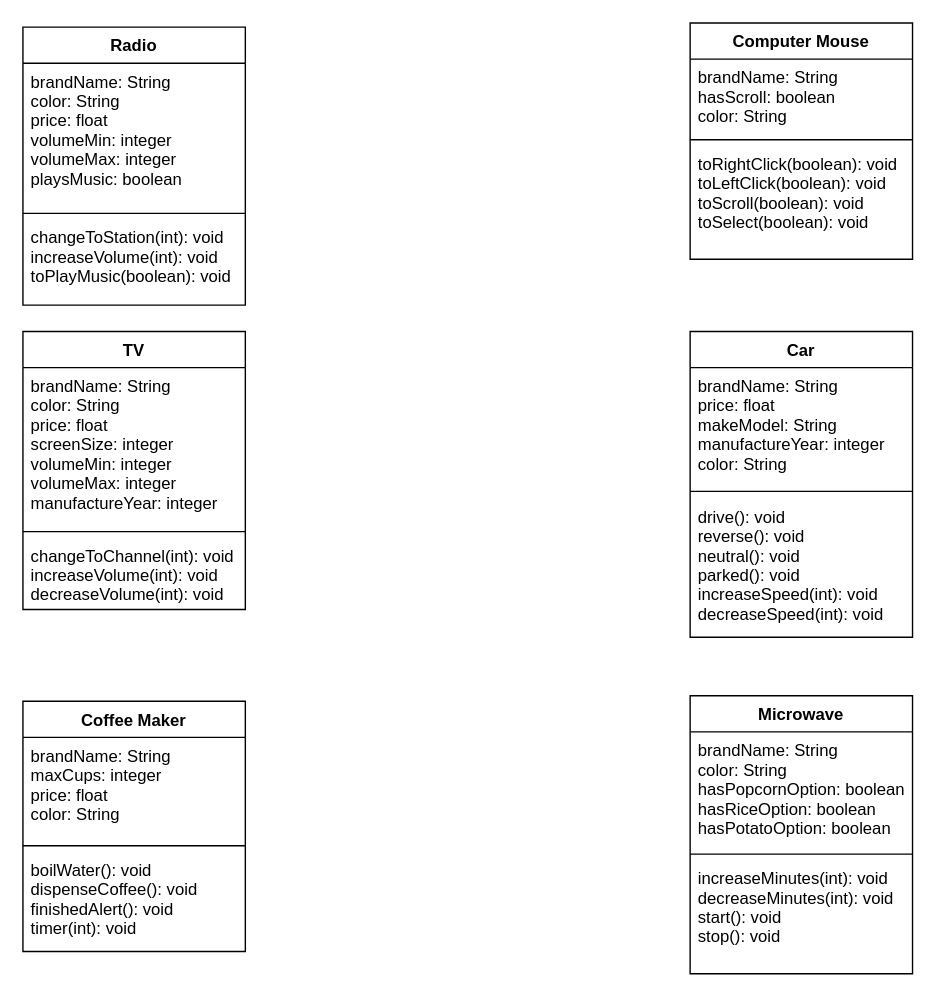
The draw.io diagram 20190730/02-module/01-lesson-object-basics/activities/katas/U2M1KatasSandyYeung.drawio in Sandynism/Sandy_Yeung_JavaS1, before the edit. Source tidied: cells renumbered, new cells numbered last; positions are measured from the earlier drawing's top-left corner, leaving out a move shared by most shapes. Both pictures are drawn from the tidied source at 139%, with x=0, y=0 at pixel (22, 22).
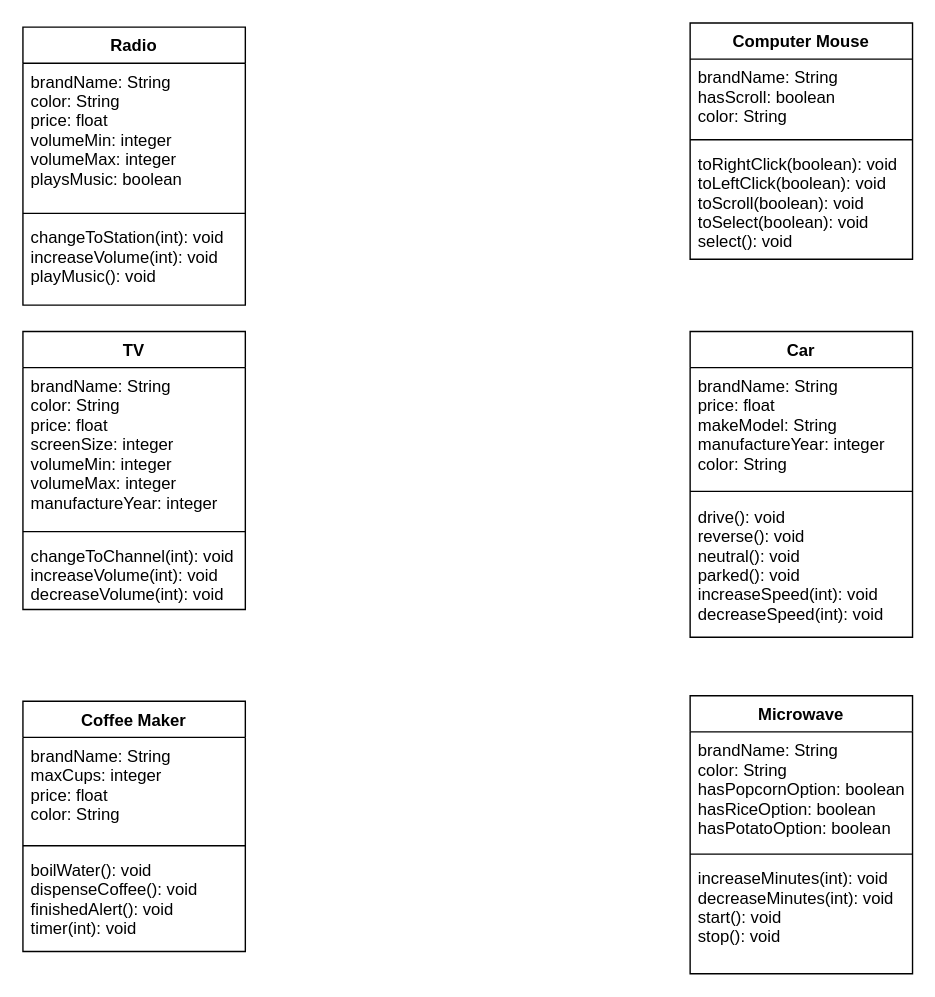
The same diagram, later.

The change refers to these unchanged cells:
```xml
<mxCell id="2" value="Radio" style="swimlane;fontStyle=1;align=center;verticalAlign=top;horizontal=1;startSize=26;" parent="1" vertex="1">
  <mxGeometry y="3" width="160" height="200" as="geometry" />
</mxCell>
<mxCell id="14" value="Computer Mouse&#10;" style="swimlane;fontStyle=1;align=center;verticalAlign=top;horizontal=1;startSize=26;" parent="1" vertex="1">
  <mxGeometry x="480" width="160" height="170" as="geometry" />
</mxCell>
```

Change to the diagram source:
```diff
@@
-    <mxCell id="5" value="changeToStation(int): void&#10;increaseVolume(int): void&#10;toPlayMusic(boolean): void" style="text;strokeColor=none;fillColor=none;align=left;verticalAlign=top;spacingLeft=4;spacingRight=4;overflow=hidden;" parent="2" vertex="1">
+    <mxCell id="5" value="changeToStation(int): void&#10;increaseVolume(int): void&#10;playMusic(): void" style="text;strokeColor=none;fillColor=none;align=left;verticalAlign=top;spacingLeft=4;spacingRight=4;overflow=hidden;" parent="2" vertex="1">
       <mxGeometry y="138" width="160" height="62" as="geometry" />
     </mxCell>
@@
-    <mxCell id="17" value="toRightClick(boolean): void&#10;toLeftClick(boolean): void&#10;toScroll(boolean): void&#10;toSelect(boolean): void&#10;" style="text;strokeColor=none;fillColor=none;align=left;verticalAlign=top;spacingLeft=4;spacingRight=4;overflow=hidden;" parent="14" vertex="1">
+    <mxCell id="17" value="toRightClick(boolean): void&#10;toLeftClick(boolean): void&#10;toScroll(boolean): void&#10;toSelect(boolean): void&#10;select(): void&#10;" style="text;strokeColor=none;fillColor=none;align=left;verticalAlign=top;spacingLeft=4;spacingRight=4;overflow=hidden;" parent="14" vertex="1">
       <mxGeometry y="88" width="160" height="82" as="geometry" />
     </mxCell>
```
